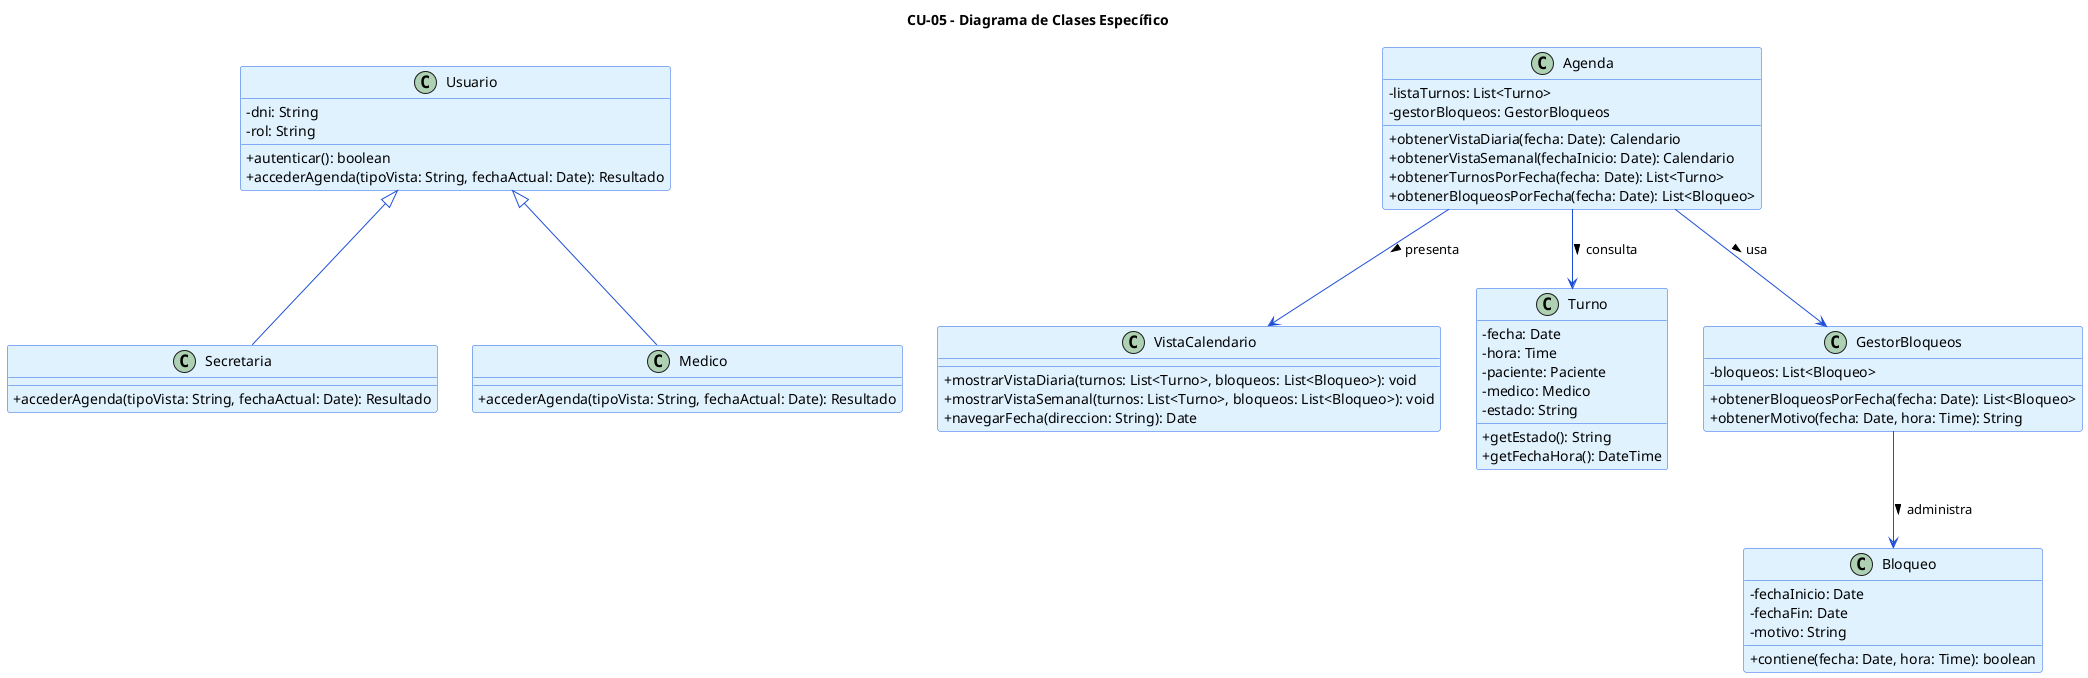
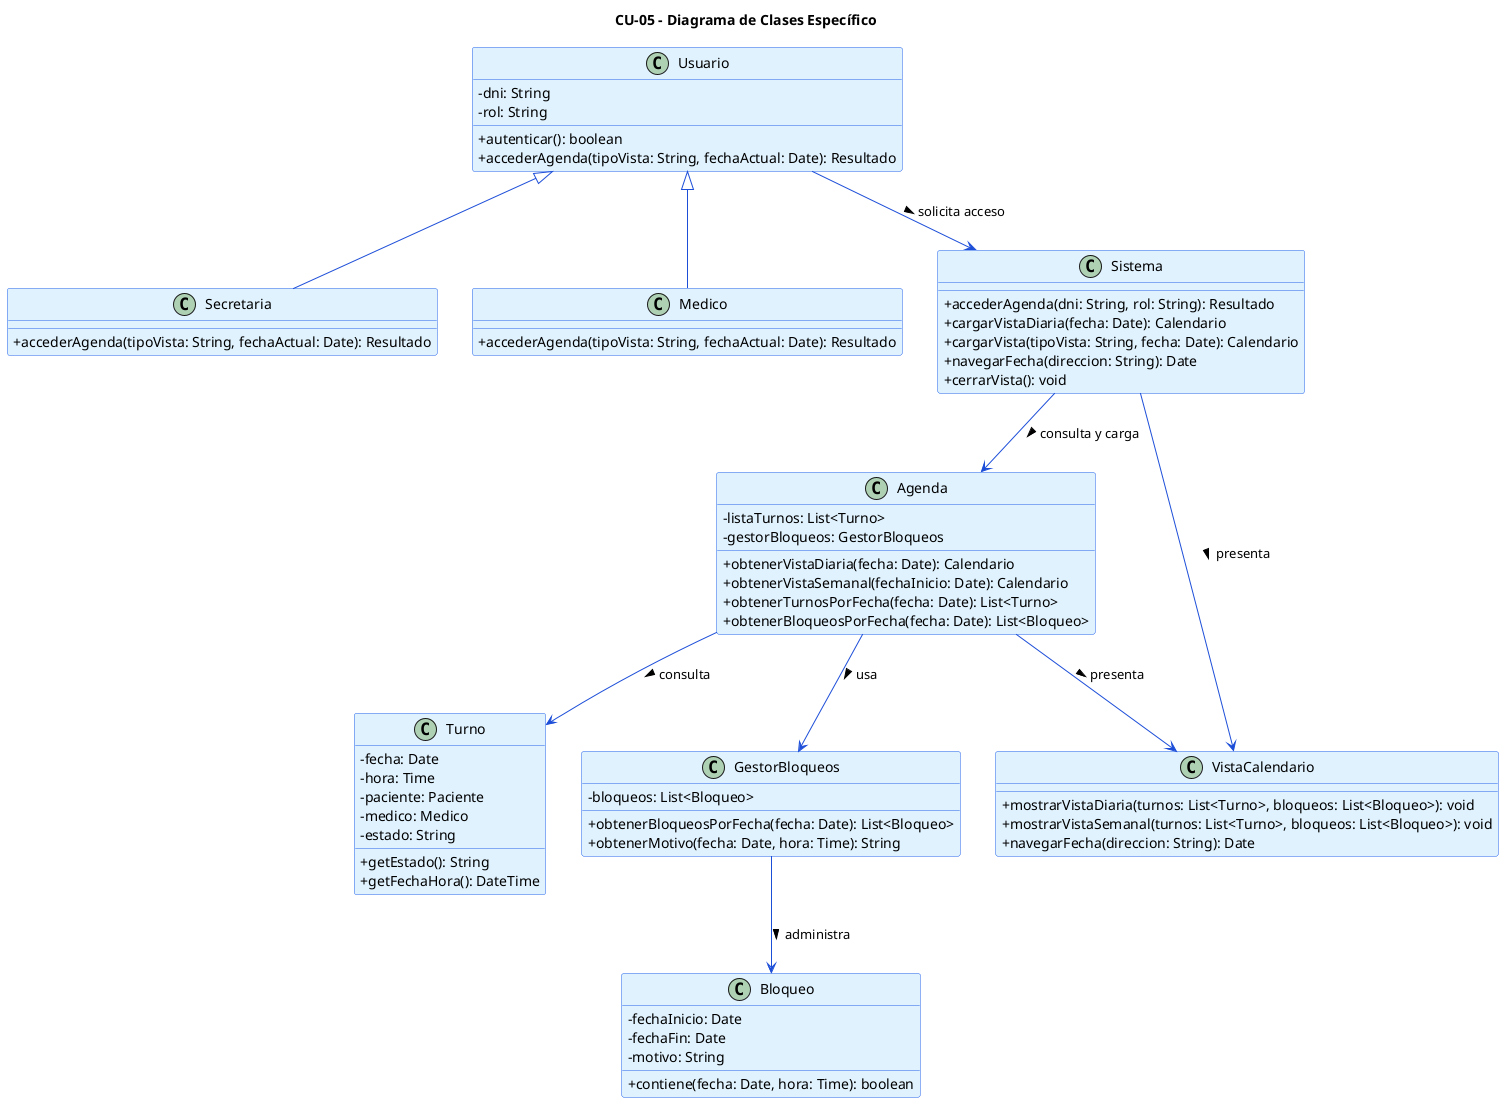
@startuml CU05-Clases-Visualizar-Agenda
skinparam classAttributeIconSize 0
skinparam class {
    BackgroundColor #E0F2FE
    BorderColor #2563EB
    ArrowColor #1D4ED8
}

title CU-05 - Diagrama de Clases Específico

class Usuario {
    - dni: String
    - rol: String
    + autenticar(): boolean
    + accederAgenda(tipoVista: String, fechaActual: Date): Resultado
}

class Secretaria {
    + accederAgenda(tipoVista: String, fechaActual: Date): Resultado
}

class Medico {
    + accederAgenda(tipoVista: String, fechaActual: Date): Resultado
}

class Agenda {
    - listaTurnos: List<Turno>
    - gestorBloqueos: GestorBloqueos
    + obtenerVistaDiaria(fecha: Date): Calendario
    + obtenerVistaSemanal(fechaInicio: Date): Calendario
    + obtenerTurnosPorFecha(fecha: Date): List<Turno>
    + obtenerBloqueosPorFecha(fecha: Date): List<Bloqueo>
}

class VistaCalendario {
    + mostrarVistaDiaria(turnos: List<Turno>, bloqueos: List<Bloqueo>): void
    + mostrarVistaSemanal(turnos: List<Turno>, bloqueos: List<Bloqueo>): void
    + navegarFecha(direccion: String): Date
}

class Turno {
    - fecha: Date
    - hora: Time
    - paciente: Paciente
    - medico: Medico
    - estado: String
    + getEstado(): String
    + getFechaHora(): DateTime
}

class GestorBloqueos {
    - bloqueos: List<Bloqueo>
    + obtenerBloqueosPorFecha(fecha: Date): List<Bloqueo>
    + obtenerMotivo(fecha: Date, hora: Time): String
}

class Bloqueo {
    - fechaInicio: Date
    - fechaFin: Date
    - motivo: String
    + contiene(fecha: Date, hora: Time): boolean
}

+ class Sistema {
+     + accederAgenda(dni: String, rol: String): Resultado
+     + cargarVistaDiaria(fecha: Date): Calendario
+     + cargarVista(tipoVista: String, fecha: Date): Calendario
+     + navegarFecha(direccion: String): Date
+     + cerrarVista(): void
+ }
+ 
Usuario <|-- Secretaria
Usuario <|-- Medico
+ Usuario --> Sistema : solicita acceso >
+ Sistema --> Agenda : consulta y carga >
+ Sistema --> VistaCalendario : presenta >
Agenda --> Turno : consulta >
Agenda --> GestorBloqueos : usa >
Agenda --> VistaCalendario : presenta >
GestorBloqueos --> Bloqueo : administra >
@enduml